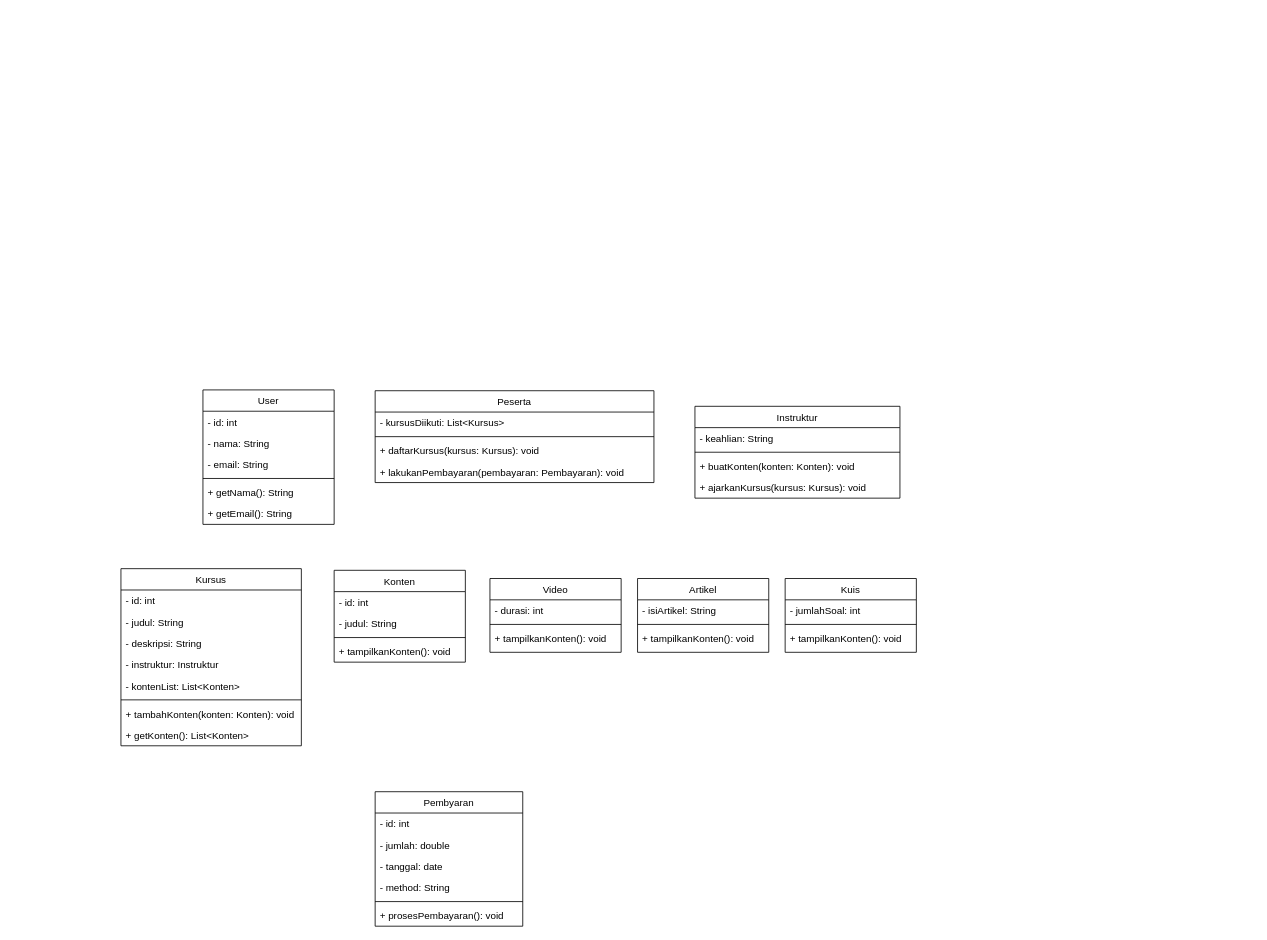
Above: quizpbo.drawio in Wahdaapf/All-About-DrawIo (draw.io), before the change. Source tidied: cells renumbered, new cells numbered last; positions are measured from the earlier drawing's top-left corner, leaving out a move shared by most shapes. Both pictures are drawn from the tidied source at 82%, with x=0, y=0 at pixel (121, 390).
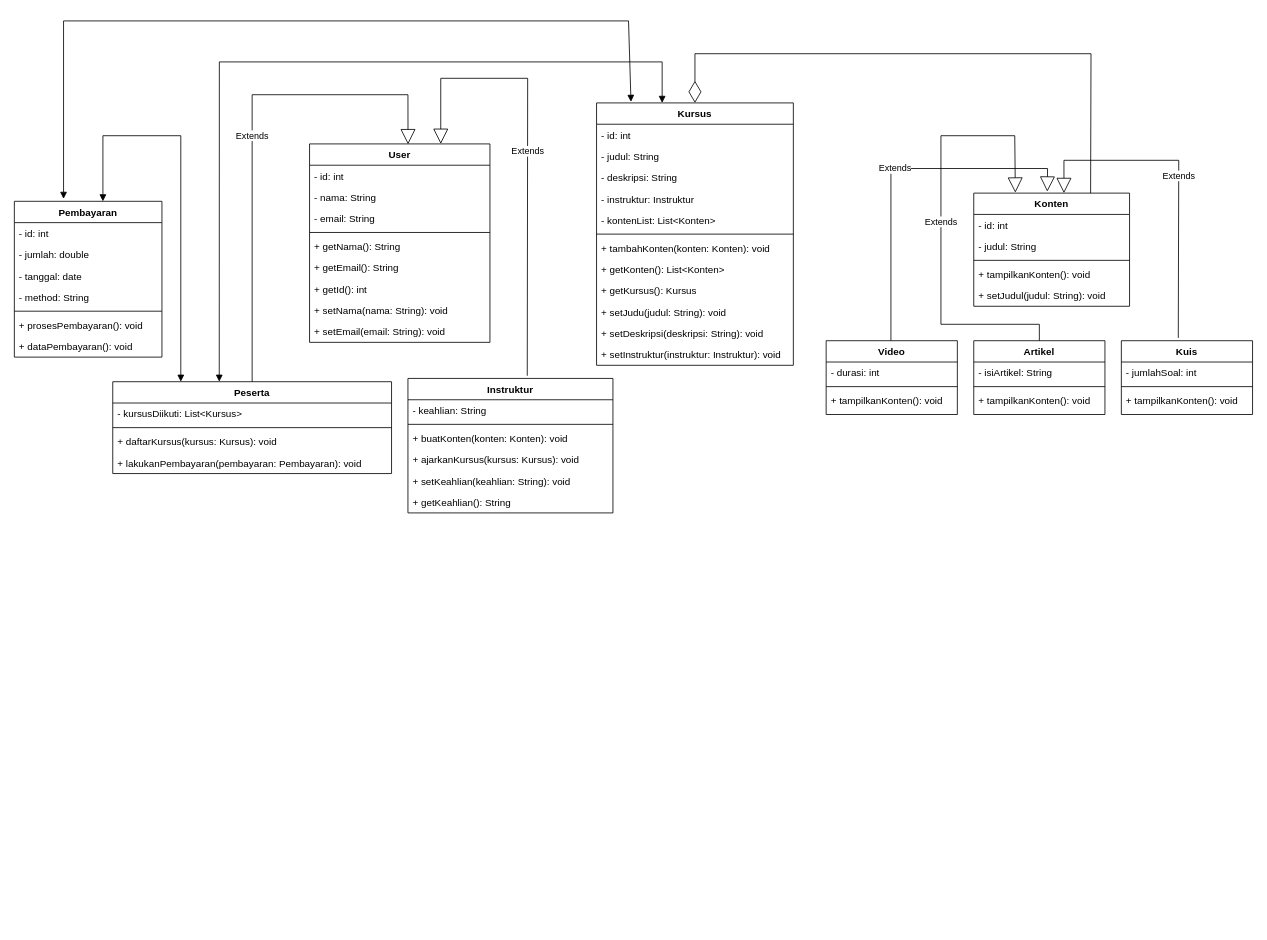
The same diagram, later.

The edit, as a diff of the source:
```diff
@@
-    <mxCell id="2" value="Instruktur" style="swimlane;fontStyle=0;align=center;verticalAlign=top;horizontal=1;startSize=26;rounded=0;shadow=0;strokeWidth=1;" parent="1" vertex="1">
-      <mxGeometry x="700" y="20" width="250" height="112" as="geometry" />
+    <mxCell id="2" value="Instruktur" style="swimlane;fontStyle=1;align=center;verticalAlign=top;horizontal=1;startSize=26;rounded=0;shadow=0;strokeWidth=1;" parent="1" vertex="1">
+      <mxGeometry x="350" y="-14" width="250" height="164" as="geometry" />
     </mxCell>
@@
+    <mxCell id="52" value="+ setKeahlian(keahlian: String): void" style="text;align=left;verticalAlign=top;spacingLeft=4;spacingRight=4;overflow=hidden;" parent="2" vertex="1">
+      <mxGeometry y="112" width="250" height="26" as="geometry" />
+    </mxCell>
+    <mxCell id="53" value="+ getKeahlian(): String" style="text;align=left;verticalAlign=top;spacingLeft=4;spacingRight=4;overflow=hidden;" parent="2" vertex="1">
+      <mxGeometry y="138" width="250" height="26" as="geometry" />
+    </mxCell>
-    <mxCell id="7" value="Kursus" style="swimlane;fontStyle=0;align=center;verticalAlign=top;horizontal=1;startSize=26;rounded=0;shadow=0;strokeWidth=1;" parent="1" vertex="1">
-      <mxGeometry y="218" width="220" height="216" as="geometry" />
+    <mxCell id="7" value="Kursus" style="swimlane;fontStyle=1;align=center;verticalAlign=top;horizontal=1;startSize=26;rounded=0;shadow=0;strokeWidth=1;" parent="1" vertex="1">
+      <mxGeometry x="580" y="-350" width="240" height="320" as="geometry" />
     </mxCell>
     <mxCell id="8" value="- id: int" style="text;align=left;verticalAlign=top;spacingLeft=4;spacingRight=4;overflow=hidden;" parent="7" vertex="1">
-      <mxGeometry y="26" width="220" height="26" as="geometry" />
+      <mxGeometry y="26" width="240" height="26" as="geometry" />
     </mxCell>
     <mxCell id="9" value="- judul: String" style="text;align=left;verticalAlign=top;spacingLeft=4;spacingRight=4;overflow=hidden;rounded=0;shadow=0;html=0;" parent="7" vertex="1">
-      <mxGeometry y="52" width="220" height="26" as="geometry" />
+      <mxGeometry y="52" width="240" height="26" as="geometry" />
     </mxCell>
     <mxCell id="10" value="- deskripsi: String" style="text;align=left;verticalAlign=top;spacingLeft=4;spacingRight=4;overflow=hidden;rounded=0;shadow=0;html=0;" parent="7" vertex="1">
-      <mxGeometry y="78" width="220" height="26" as="geometry" />
+      <mxGeometry y="78" width="240" height="26" as="geometry" />
     </mxCell>
     <mxCell id="11" value="- instruktur: Instruktur" style="text;align=left;verticalAlign=top;spacingLeft=4;spacingRight=4;overflow=hidden;" parent="7" vertex="1">
-      <mxGeometry y="104" width="220" height="26" as="geometry" />
+      <mxGeometry y="104" width="240" height="26" as="geometry" />
     </mxCell>
     <mxCell id="12" value="- kontenList: List&lt;Konten&gt;" style="text;align=left;verticalAlign=top;spacingLeft=4;spacingRight=4;overflow=hidden;" parent="7" vertex="1">
-      <mxGeometry y="130" width="220" height="26" as="geometry" />
+      <mxGeometry y="130" width="240" height="26" as="geometry" />
     </mxCell>
     <mxCell id="13" style="line;html=1;strokeWidth=1;align=left;verticalAlign=middle;spacingTop=-1;spacingLeft=3;spacingRight=3;labelPosition=right;" parent="7" vertex="1">
-      <mxGeometry y="156" width="220" height="8" as="geometry" />
+      <mxGeometry y="156" width="240" height="8" as="geometry" />
     </mxCell>
     <mxCell id="14" value="+ tambahKonten(konten: Konten): void" style="text;align=left;verticalAlign=top;spacingLeft=4;spacingRight=4;overflow=hidden;" parent="7" vertex="1">
-      <mxGeometry y="164" width="220" height="26" as="geometry" />
+      <mxGeometry y="164" width="240" height="26" as="geometry" />
     </mxCell>
     <mxCell id="15" value="+ getKonten(): List&lt;Konten&gt;" style="text;align=left;verticalAlign=top;spacingLeft=4;spacingRight=4;overflow=hidden;" parent="7" vertex="1">
-      <mxGeometry y="190" width="220" height="26" as="geometry" />
+      <mxGeometry y="190" width="240" height="26" as="geometry" />
     </mxCell>
+    <mxCell id="54" value="+ getKursus(): Kursus" style="text;align=left;verticalAlign=top;spacingLeft=4;spacingRight=4;overflow=hidden;" parent="7" vertex="1">
+      <mxGeometry y="216" width="240" height="26" as="geometry" />
+    </mxCell>
+    <mxCell id="55" value="+ setJudu(judul: String): void" style="text;align=left;verticalAlign=top;spacingLeft=4;spacingRight=4;overflow=hidden;" parent="7" vertex="1">
+      <mxGeometry y="242" width="240" height="26" as="geometry" />
+    </mxCell>
+    <mxCell id="56" value="+ setDeskripsi(deskripsi: String): void" style="text;align=left;verticalAlign=top;spacingLeft=4;spacingRight=4;overflow=hidden;" parent="7" vertex="1">
+      <mxGeometry y="268" width="240" height="26" as="geometry" />
+    </mxCell>
+    <mxCell id="57" value="+ setInstruktur(instruktur: Instruktur): void" style="text;align=left;verticalAlign=top;spacingLeft=4;spacingRight=4;overflow=hidden;" parent="7" vertex="1">
+      <mxGeometry y="294" width="240" height="26" as="geometry" />
+    </mxCell>
-    <mxCell id="16" value="User" style="swimlane;fontStyle=0;align=center;verticalAlign=top;horizontal=1;startSize=26;rounded=0;shadow=0;strokeWidth=1;" parent="1" vertex="1">
-      <mxGeometry x="100" width="160" height="164" as="geometry" />
+    <mxCell id="16" value="User" style="swimlane;fontStyle=1;align=center;verticalAlign=top;horizontal=1;startSize=26;rounded=0;shadow=0;strokeWidth=1;" parent="1" vertex="1">
+      <mxGeometry x="230" y="-300" width="220" height="242" as="geometry" />
     </mxCell>
     <mxCell id="17" value="- id: int" style="text;align=left;verticalAlign=top;spacingLeft=4;spacingRight=4;overflow=hidden;" parent="16" vertex="1">
-      <mxGeometry y="26" width="160" height="26" as="geometry" />
+      <mxGeometry y="26" width="220" height="26" as="geometry" />
     </mxCell>
     <mxCell id="18" value="- nama: String" style="text;align=left;verticalAlign=top;spacingLeft=4;spacingRight=4;overflow=hidden;rounded=0;shadow=0;html=0;" parent="16" vertex="1">
-      <mxGeometry y="52" width="160" height="26" as="geometry" />
+      <mxGeometry y="52" width="220" height="26" as="geometry" />
     </mxCell>
     <mxCell id="19" value="- email: String" style="text;align=left;verticalAlign=top;spacingLeft=4;spacingRight=4;overflow=hidden;rounded=0;shadow=0;html=0;" parent="16" vertex="1">
-      <mxGeometry y="78" width="160" height="26" as="geometry" />
+      <mxGeometry y="78" width="220" height="26" as="geometry" />
     </mxCell>
     <mxCell id="20" style="line;html=1;strokeWidth=1;align=left;verticalAlign=middle;spacingTop=-1;spacingLeft=3;spacingRight=3;labelPosition=right;" parent="16" vertex="1">
-      <mxGeometry y="104" width="160" height="8" as="geometry" />
+      <mxGeometry y="104" width="220" height="8" as="geometry" />
     </mxCell>
     <mxCell id="21" value="+ getNama(): String" style="text;align=left;verticalAlign=top;spacingLeft=4;spacingRight=4;overflow=hidden;" parent="16" vertex="1">
-      <mxGeometry y="112" width="160" height="26" as="geometry" />
+      <mxGeometry y="112" width="220" height="26" as="geometry" />
     </mxCell>
     <mxCell id="22" value="+ getEmail(): String" style="text;align=left;verticalAlign=top;spacingLeft=4;spacingRight=4;overflow=hidden;" parent="16" vertex="1">
-      <mxGeometry y="138" width="160" height="26" as="geometry" />
+      <mxGeometry y="138" width="220" height="26" as="geometry" />
     </mxCell>
+    <mxCell id="58" value="+ getId(): int" style="text;align=left;verticalAlign=top;spacingLeft=4;spacingRight=4;overflow=hidden;" parent="16" vertex="1">
+      <mxGeometry y="164" width="220" height="26" as="geometry" />
+    </mxCell>
+    <mxCell id="59" value="+ setNama(nama: String): void" style="text;align=left;verticalAlign=top;spacingLeft=4;spacingRight=4;overflow=hidden;" parent="16" vertex="1">
+      <mxGeometry y="190" width="220" height="26" as="geometry" />
+    </mxCell>
+    <mxCell id="60" value="+ setEmail(email: String): void" style="text;align=left;verticalAlign=top;spacingLeft=4;spacingRight=4;overflow=hidden;" parent="16" vertex="1">
+      <mxGeometry y="216" width="220" height="26" as="geometry" />
+    </mxCell>
-    <mxCell id="23" value="Peserta" style="swimlane;fontStyle=0;align=center;verticalAlign=top;horizontal=1;startSize=26;rounded=0;shadow=0;strokeWidth=1;" parent="1" vertex="1">
-      <mxGeometry x="310" y="1" width="340" height="112" as="geometry" />
+    <mxCell id="23" value="Peserta" style="swimlane;fontStyle=1;align=center;verticalAlign=top;horizontal=1;startSize=26;rounded=0;shadow=0;strokeWidth=1;" parent="1" vertex="1">
+      <mxGeometry x="-10" y="-10" width="340" height="112" as="geometry" />
     </mxCell>
@@
-    <mxCell id="28" value="Konten" style="swimlane;fontStyle=0;align=center;verticalAlign=top;horizontal=1;startSize=26;rounded=0;shadow=0;strokeWidth=1;" parent="1" vertex="1">
-      <mxGeometry x="260" y="220" width="160" height="112" as="geometry" />
+    <mxCell id="28" value="Konten" style="swimlane;fontStyle=1;align=center;verticalAlign=top;horizontal=1;startSize=26;rounded=0;shadow=0;strokeWidth=1;" parent="1" vertex="1">
+      <mxGeometry x="1040" y="-240" width="190" height="138" as="geometry" />
     </mxCell>
     <mxCell id="29" value="- id: int" style="text;align=left;verticalAlign=top;spacingLeft=4;spacingRight=4;overflow=hidden;" parent="28" vertex="1">
-      <mxGeometry y="26" width="160" height="26" as="geometry" />
+      <mxGeometry y="26" width="190" height="26" as="geometry" />
     </mxCell>
     <mxCell id="30" value="- judul: String" style="text;align=left;verticalAlign=top;spacingLeft=4;spacingRight=4;overflow=hidden;rounded=0;shadow=0;html=0;" parent="28" vertex="1">
-      <mxGeometry y="52" width="160" height="26" as="geometry" />
+      <mxGeometry y="52" width="190" height="26" as="geometry" />
     </mxCell>
     <mxCell id="31" style="line;html=1;strokeWidth=1;align=left;verticalAlign=middle;spacingTop=-1;spacingLeft=3;spacingRight=3;labelPosition=right;" parent="28" vertex="1">
-      <mxGeometry y="78" width="160" height="8" as="geometry" />
+      <mxGeometry y="78" width="190" height="8" as="geometry" />
     </mxCell>
     <mxCell id="32" value="+ tampilkanKonten(): void" style="text;align=left;verticalAlign=top;spacingLeft=4;spacingRight=4;overflow=hidden;" parent="28" vertex="1">
-      <mxGeometry y="86" width="160" height="26" as="geometry" />
+      <mxGeometry y="86" width="190" height="26" as="geometry" />
     </mxCell>
+    <mxCell id="61" value="+ setJudul(judul: String): void" style="text;align=left;verticalAlign=top;spacingLeft=4;spacingRight=4;overflow=hidden;" parent="28" vertex="1">
+      <mxGeometry y="112" width="190" height="26" as="geometry" />
+    </mxCell>
-    <mxCell id="33" value="Video" style="swimlane;fontStyle=0;align=center;verticalAlign=top;horizontal=1;startSize=26;rounded=0;shadow=0;strokeWidth=1;" parent="1" vertex="1">
-      <mxGeometry x="450" y="230" width="160" height="90" as="geometry" />
+    <mxCell id="33" value="Video" style="swimlane;fontStyle=1;align=center;verticalAlign=top;horizontal=1;startSize=26;rounded=0;shadow=0;strokeWidth=1;" parent="1" vertex="1">
+      <mxGeometry x="860" y="-60" width="160" height="90" as="geometry" />
     </mxCell>
@@
-    <mxCell id="37" value="Artikel" style="swimlane;fontStyle=0;align=center;verticalAlign=top;horizontal=1;startSize=26;rounded=0;shadow=0;strokeWidth=1;" parent="1" vertex="1">
-      <mxGeometry x="630" y="230" width="160" height="90" as="geometry" />
+    <mxCell id="37" value="Artikel" style="swimlane;fontStyle=1;align=center;verticalAlign=top;horizontal=1;startSize=26;rounded=0;shadow=0;strokeWidth=1;" parent="1" vertex="1">
+      <mxGeometry x="1040" y="-60" width="160" height="90" as="geometry" />
     </mxCell>
@@
-    <mxCell id="41" value="Kuis" style="swimlane;fontStyle=0;align=center;verticalAlign=top;horizontal=1;startSize=26;rounded=0;shadow=0;strokeWidth=1;" parent="1" vertex="1">
-      <mxGeometry x="810" y="230" width="160" height="90" as="geometry" />
+    <mxCell id="41" value="Kuis" style="swimlane;fontStyle=1;align=center;verticalAlign=top;horizontal=1;startSize=26;rounded=0;shadow=0;strokeWidth=1;" parent="1" vertex="1">
+      <mxGeometry x="1220" y="-60" width="160" height="90" as="geometry" />
     </mxCell>
@@
-    <mxCell id="45" value="Pembyaran" style="swimlane;fontStyle=0;align=center;verticalAlign=top;horizontal=1;startSize=26;rounded=0;shadow=0;strokeWidth=1;" parent="1" vertex="1">
-      <mxGeometry x="310" y="490" width="180" height="164" as="geometry" />
+    <mxCell id="45" value="Pembayaran" style="swimlane;fontStyle=1;align=center;verticalAlign=top;horizontal=1;startSize=26;rounded=0;shadow=0;strokeWidth=1;" parent="1" vertex="1">
+      <mxGeometry x="-130" y="-230" width="180" height="190" as="geometry" />
     </mxCell>
@@
+    <mxCell id="62" value="+ dataPembayaran(): void" style="text;align=left;verticalAlign=top;spacingLeft=4;spacingRight=4;overflow=hidden;" parent="45" vertex="1">
+      <mxGeometry y="164" width="180" height="26" as="geometry" />
+    </mxCell>
+    <mxCell id="63" value="Extends" style="endArrow=block;endSize=16;endFill=0;html=1;rounded=0;entryX=0.546;entryY=0.002;entryDx=0;entryDy=0;entryPerimeter=0;" parent="1" edge="1" source="23" target="16">
+      <mxGeometry relative="1" as="geometry">
+        <Array as="points">
+          <mxPoint x="160" y="-360" />
+          <mxPoint x="350" y="-360" />
+        </Array>
+      </mxGeometry>
+    </mxCell>
+    <mxCell id="64" value="Extends" style="endArrow=block;endSize=16;endFill=0;html=1;rounded=0;exitX=0.582;exitY=-0.02;exitDx=0;exitDy=0;exitPerimeter=0;" parent="1" edge="1" source="2">
+      <mxGeometry relative="1" as="geometry">
+        <mxPoint x="390" y="-300" as="targetPoint" />
+        <Array as="points">
+          <mxPoint x="496" y="-380" />
+          <mxPoint x="390" y="-380" />
+        </Array>
+      </mxGeometry>
+    </mxCell>
+    <mxCell id="65" value="Extends" style="endArrow=block;endSize=16;endFill=0;html=1;rounded=0;exitX=0.5;exitY=0;exitDx=0;exitDy=0;entryX=0.472;entryY=-0.013;entryDx=0;entryDy=0;entryPerimeter=0;" parent="1" edge="1" target="28">
+      <mxGeometry relative="1" as="geometry">
+        <mxPoint x="939" y="-60" as="sourcePoint" />
+        <Array as="points">
+          <mxPoint x="939" y="-270" />
+          <mxPoint x="1130" y="-270" />
+        </Array>
+      </mxGeometry>
+    </mxCell>
+    <mxCell id="66" value="Extends" style="endArrow=block;endSize=16;endFill=0;html=1;rounded=0;entryX=0.579;entryY=0;entryDx=0;entryDy=0;entryPerimeter=0;exitX=0.434;exitY=-0.038;exitDx=0;exitDy=0;exitPerimeter=0;" parent="1" edge="1" source="41" target="28">
+      <mxGeometry relative="1" as="geometry">
+        <Array as="points">
+          <mxPoint x="1290" y="-280" />
+          <mxPoint x="1150" y="-280" />
+        </Array>
+      </mxGeometry>
+    </mxCell>
+    <mxCell id="67" value="Extends" style="endArrow=block;endSize=16;endFill=0;html=1;rounded=0;exitX=0.5;exitY=0;exitDx=0;exitDy=0;entryX=0.267;entryY=-0.004;entryDx=0;entryDy=0;entryPerimeter=0;" parent="1" edge="1" source="37" target="28">
+      <mxGeometry relative="1" as="geometry">
+        <Array as="points">
+          <mxPoint x="1120" y="-80" />
+          <mxPoint x="1000" y="-80" />
+          <mxPoint x="1000" y="-310" />
+          <mxPoint x="1090" y="-310" />
+        </Array>
+      </mxGeometry>
+    </mxCell>
+    <mxCell id="68" style="endArrow=diamondThin;endFill=0;endSize=24;html=1;rounded=0;exitX=0.75;exitY=0;exitDx=0;exitDy=0;entryX=0.5;entryY=0;entryDx=0;entryDy=0;" parent="1" edge="1" source="28" target="7">
+      <mxGeometry relative="1" as="geometry">
+        <Array as="points">
+          <mxPoint x="1183" y="-410" />
+          <mxPoint x="700" y="-410" />
+        </Array>
+      </mxGeometry>
+    </mxCell>
+    <mxCell id="69" style="endArrow=block;startArrow=block;endFill=1;startFill=1;html=1;rounded=0;entryX=0.175;entryY=-0.004;entryDx=0;entryDy=0;entryPerimeter=0;" parent="1" edge="1" target="7">
+      <mxGeometry relative="1" as="geometry">
+        <mxPoint x="-70" y="-233" as="sourcePoint" />
+        <Array as="points">
+          <mxPoint x="-70" y="-450" />
+          <mxPoint x="619" y="-450" />
+        </Array>
+      </mxGeometry>
+    </mxCell>
+    <mxCell id="70" style="endArrow=block;startArrow=block;endFill=1;startFill=1;html=1;rounded=0;exitX=0.6;exitY=0;exitDx=0;exitDy=0;exitPerimeter=0;entryX=0.25;entryY=0;entryDx=0;entryDy=0;" parent="1" edge="1" source="45">
+      <mxGeometry relative="1" as="geometry">
+        <mxPoint x="73" y="-10" as="targetPoint" />
+        <Array as="points">
+          <mxPoint x="-22" y="-310" />
+          <mxPoint x="73" y="-310" />
+        </Array>
+      </mxGeometry>
+    </mxCell>
+    <mxCell id="71" style="endArrow=block;startArrow=block;endFill=1;startFill=1;html=1;rounded=0;exitX=0.091;exitY=0;exitDx=0;exitDy=0;exitPerimeter=0;entryX=0.382;entryY=0;entryDx=0;entryDy=0;entryPerimeter=0;" parent="1" edge="1" target="23">
+      <mxGeometry relative="1" as="geometry">
+        <mxPoint x="660" y="-350" as="sourcePoint" />
+        <Array as="points">
+          <mxPoint x="660" y="-400" />
+          <mxPoint x="120" y="-400" />
+        </Array>
+      </mxGeometry>
+    </mxCell>
```
